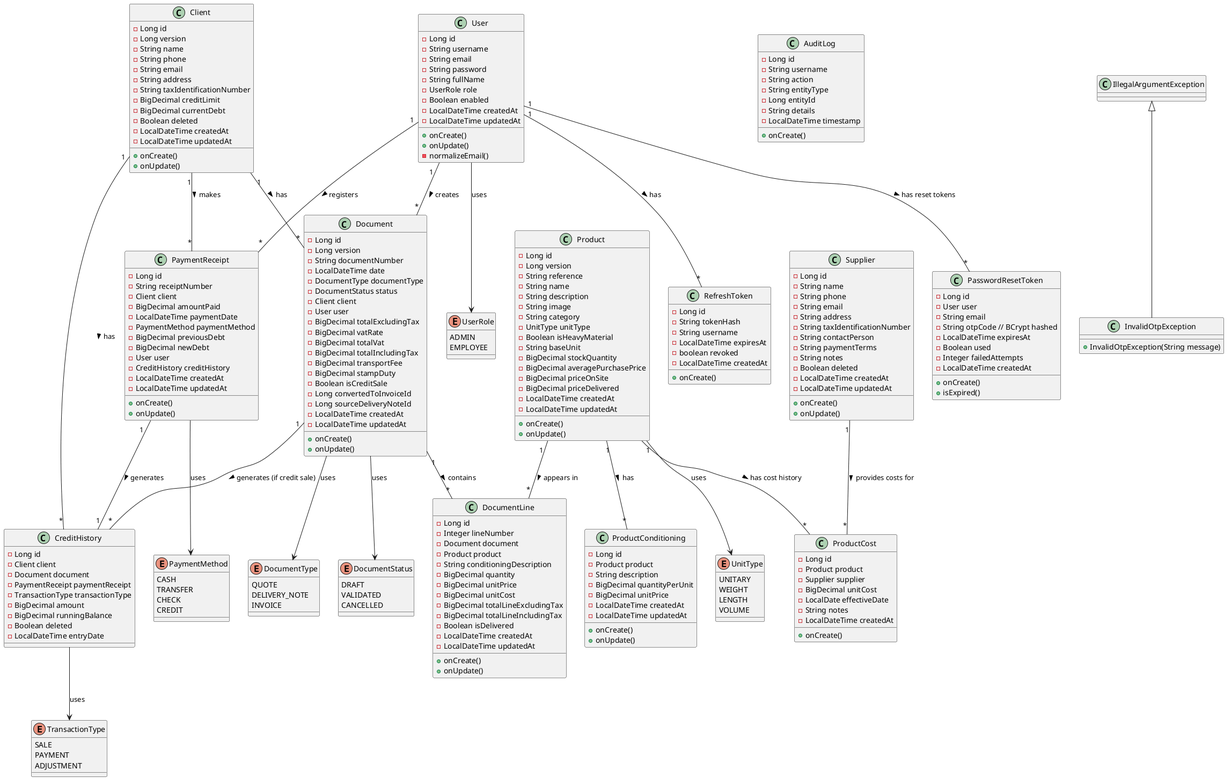
mAmineChniti/hardware_store keeps this PlantUML diagram as docs/images/Hardware-Store-Class-Diagram.png. Above is the earlier version. Its diagram source:
```plantuml
@startuml Hardware Store Class Diagram


enum UserRole {
  ADMIN
  EMPLOYEE
}

enum UnitType {
  UNITARY
  WEIGHT
  LENGTH
  VOLUME
}

enum DocumentType {
  QUOTE
  DELIVERY_NOTE
  INVOICE
}

enum DocumentStatus {
  DRAFT
  VALIDATED
  CANCELLED
}

enum PaymentMethod {
  CASH
  TRANSFER
  CHECK
  CREDIT
}

enum TransactionType {
  SALE
  PAYMENT
  ADJUSTMENT
}


class User {
  - Long id
  - String username
  - String email
  - String password
  - String fullName
  - UserRole role
  - Boolean enabled
  - LocalDateTime createdAt
  - LocalDateTime updatedAt
  + onCreate()
  + onUpdate()
  - normalizeEmail()
}

class Client {
  - Long id
  - Long version
  - String name
  - String phone
  - String email
  - String address
  - String taxIdentificationNumber
  - BigDecimal creditLimit
  - BigDecimal currentDebt
  - Boolean deleted
  - LocalDateTime createdAt
  - LocalDateTime updatedAt
  + onCreate()
  + onUpdate()
}

class Supplier {
  - Long id
  - String name
  - String phone
  - String email
  - String address
  - String taxIdentificationNumber
  - String contactPerson
  - String paymentTerms
  - String notes
  - Boolean deleted
  - LocalDateTime createdAt
  - LocalDateTime updatedAt
  + onCreate()
  + onUpdate()
}

class Product {
  - Long id
  - Long version
  - String reference
  - String name
  - String description
  - String image
  - String category
  - UnitType unitType
  - Boolean isHeavyMaterial
  - String baseUnit
  - BigDecimal stockQuantity
  - BigDecimal averagePurchasePrice
  - BigDecimal priceOnSite
  - BigDecimal priceDelivered
  - LocalDateTime createdAt
  - LocalDateTime updatedAt
  + onCreate()
  + onUpdate()
}

class ProductConditioning {
  - Long id
  - Product product
  - String description
  - BigDecimal quantityPerUnit
  - BigDecimal unitPrice
  - LocalDateTime createdAt
  - LocalDateTime updatedAt
  + onCreate()
  + onUpdate()
}

class ProductCost {
  - Long id
  - Product product
  - Supplier supplier
  - BigDecimal unitCost
  - LocalDate effectiveDate
  - String notes
  - LocalDateTime createdAt
  + onCreate()
}

class Document {
  - Long id
  - Long version
  - String documentNumber
  - LocalDateTime date
  - DocumentType documentType
  - DocumentStatus status
  - Client client
  - User user
  - BigDecimal totalExcludingTax
  - BigDecimal vatRate
  - BigDecimal totalVat
  - BigDecimal totalIncludingTax
  - BigDecimal transportFee
  - BigDecimal stampDuty
  - Boolean isCreditSale
  - Long convertedToInvoiceId
  - Long sourceDeliveryNoteId
  - LocalDateTime createdAt
  - LocalDateTime updatedAt
  + onCreate()
  + onUpdate()
}

class DocumentLine {
  - Long id
  - Integer lineNumber
  - Document document
  - Product product
  - String conditioningDescription
  - BigDecimal quantity
  - BigDecimal unitPrice
  - BigDecimal unitCost
  - BigDecimal totalLineExcludingTax
  - BigDecimal totalLineIncludingTax
  - Boolean isDelivered
  - LocalDateTime createdAt
  - LocalDateTime updatedAt
  + onCreate()
  + onUpdate()
}

class PaymentReceipt {
  - Long id
  - String receiptNumber
  - Client client
  - BigDecimal amountPaid
  - LocalDateTime paymentDate
  - PaymentMethod paymentMethod
  - BigDecimal previousDebt
  - BigDecimal newDebt
  - User user
  - CreditHistory creditHistory
  - LocalDateTime createdAt
  - LocalDateTime updatedAt
  + onCreate()
  + onUpdate()
}

class CreditHistory {
  - Long id
  - Client client
  - Document document
  - PaymentReceipt paymentReceipt
  - TransactionType transactionType
  - BigDecimal amount
  - BigDecimal runningBalance
  - Boolean deleted
  - LocalDateTime entryDate
}

class AuditLog {
  - Long id
  - String username
  - String action
  - String entityType
  - Long entityId
  - String details
  - LocalDateTime timestamp
  + onCreate()
}

class RefreshToken {
  - Long id
  - String tokenHash
  - String username
  - LocalDateTime expiresAt
  - boolean revoked
  - LocalDateTime createdAt
  + onCreate()
}

class PasswordResetToken {
  - Long id
  - User user
  - String email
  - String otpCode // BCrypt hashed
  - LocalDateTime expiresAt
  - Boolean used
  - Integer failedAttempts
  - LocalDateTime createdAt
  + onCreate()
  + isExpired()
}

class InvalidOtpException extends IllegalArgumentException {
  + InvalidOtpException(String message)
}


User --> UserRole : uses
Product --> UnitType : uses
Document --> DocumentType : uses
Document --> DocumentStatus : uses
PaymentReceipt --> PaymentMethod : uses
CreditHistory --> TransactionType : uses

User "1" -- "*" Document : creates >
User "1" -- "*" PaymentReceipt : registers >
User "1" -- "*" RefreshToken : has >
User "1" -- "*" PasswordResetToken : has reset tokens >

Client "1" -- "*" Document : has >
Client "1" -- "*" PaymentReceipt : makes >
Client "1" -- "*" CreditHistory : has >

Product "1" -- "*" ProductConditioning : has >
Product "1" -- "*" ProductCost : has cost history >
Product "1" -- "*" DocumentLine : appears in >

Supplier "1" -- "*" ProductCost : provides costs for >

Document "1" -- "*" DocumentLine : contains >
Document "1" -- "*" CreditHistory : generates (if credit sale) >

PaymentReceipt "1" -- "1" CreditHistory : generates >

@enduml
```
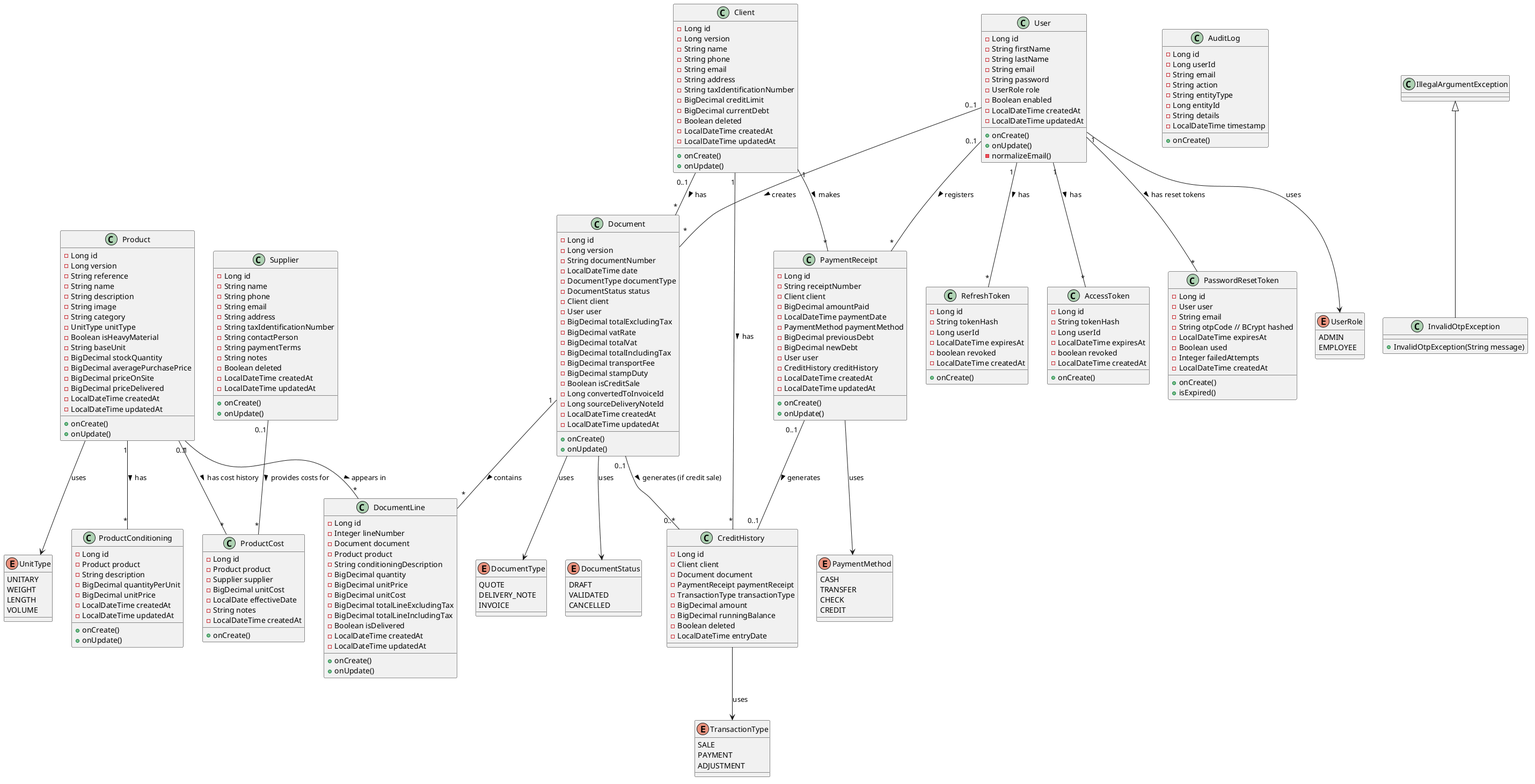
Later version of the same file.

Diff of the diagram source:
```diff
@@ -41,10 +41,10 @@
 
 class User {
   - Long id
-  - String username
+  - String firstName
+  - String lastName
   - String email
   - String password
-  - String fullName
   - UserRole role
   - Boolean enabled
   - LocalDateTime createdAt
@@ -205,7 +205,8 @@
 
 class AuditLog {
   - Long id
-  - String username
+  - Long userId
+  - String email
   - String action
   - String entityType
   - Long entityId
@@ -214,10 +215,21 @@
   + onCreate()
 }
 
+
 class RefreshToken {
   - Long id
   - String tokenHash
-  - String username
+  - Long userId
+  - LocalDateTime expiresAt
+  - boolean revoked
+  - LocalDateTime createdAt
+  + onCreate()
+}
+
+class AccessToken {
+  - Long id
+  - String tokenHash
+  - Long userId
   - LocalDateTime expiresAt
   - boolean revoked
   - LocalDateTime createdAt
@@ -249,24 +261,25 @@
 PaymentReceipt --> PaymentMethod : uses
 CreditHistory --> TransactionType : uses
 
-User "1" -- "*" Document : creates >
-User "1" -- "*" PaymentReceipt : registers >
+User "0..1" -- "*" Document : creates >
+User "0..1" -- "*" PaymentReceipt : registers >
 User "1" -- "*" RefreshToken : has >
+User "1" -- "*" AccessToken : has >
 User "1" -- "*" PasswordResetToken : has reset tokens >
 
-Client "1" -- "*" Document : has >
+Client "0..1" -- "*" Document : has >
 Client "1" -- "*" PaymentReceipt : makes >
 Client "1" -- "*" CreditHistory : has >
 
 Product "1" -- "*" ProductConditioning : has >
 Product "1" -- "*" ProductCost : has cost history >
-Product "1" -- "*" DocumentLine : appears in >
+Product "0..1" -- "*" DocumentLine : appears in >
 
-Supplier "1" -- "*" ProductCost : provides costs for >
+Supplier "0..1" -- "*" ProductCost : provides costs for >
 
 Document "1" -- "*" DocumentLine : contains >
-Document "1" -- "*" CreditHistory : generates (if credit sale) >
+Document "0..1" -- "0..*" CreditHistory : generates (if credit sale) >
 
-PaymentReceipt "1" -- "1" CreditHistory : generates >
+PaymentReceipt "0..1" -- "0..1" CreditHistory : generates >
 
 @enduml
```
